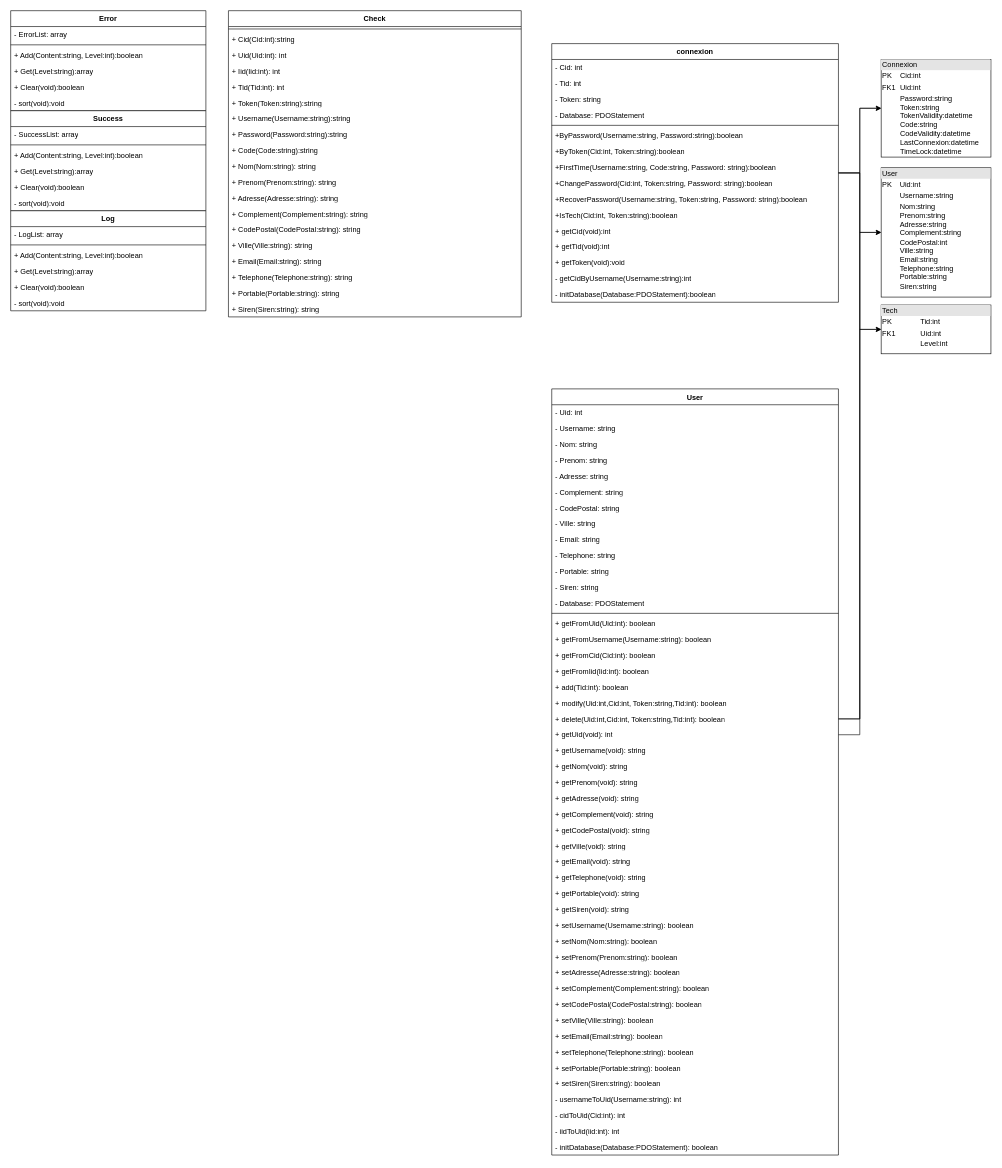
Before: Docs/Diagram/ClassDiagram.drawio in ROYJohan08/RJI-User.royjohan.fr, a draw.io diagram. Source tidied: cells renumbered, new cells numbered last; positions are measured from the earlier drawing's top-left corner, leaving out a move shared by most shapes. Both pictures are drawn from the tidied source at 61%, with x=0, y=0 at pixel (10, 10).
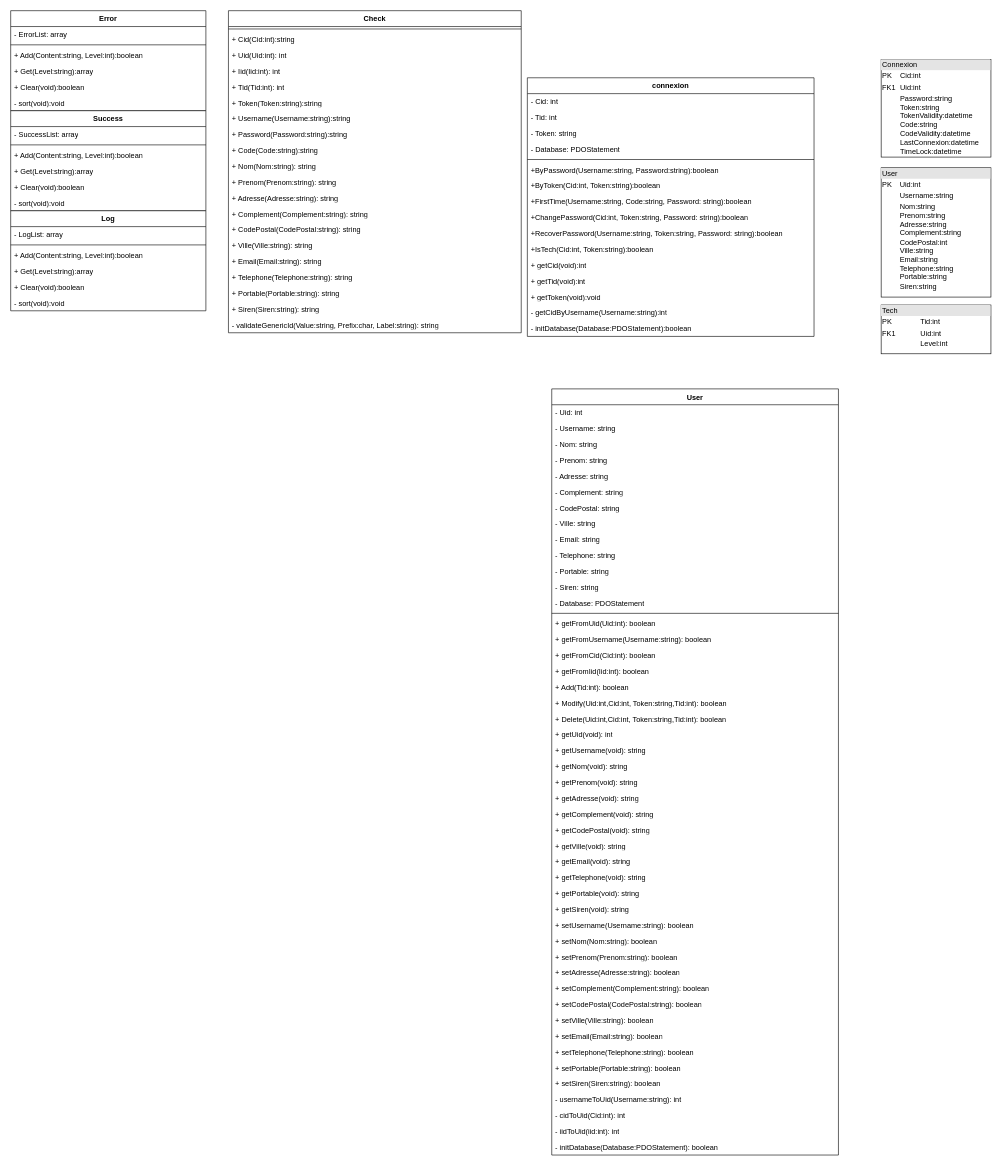
Above is the later version.

Unchanged cells that the change refers to:
```xml
<mxCell id="22" value="&lt;div style=&quot;box-sizing: border-box; width: 100%; background: rgb(228, 228, 228); padding: 2px;&quot;&gt;Connexion&lt;/div&gt;&lt;table style=&quot;width:100%;font-size:1em;&quot; cellpadding=&quot;2&quot; cellspacing=&quot;0&quot;&gt;&lt;tbody&gt;&lt;tr&gt;&lt;td&gt;PK&lt;/td&gt;&lt;td&gt;Cid:int&lt;/td&gt;&lt;/tr&gt;&lt;tr&gt;&lt;td&gt;FK1&lt;/td&gt;&lt;td&gt;Uid:int&lt;/td&gt;&lt;/tr&gt;&lt;tr&gt;&lt;td&gt;&lt;/td&gt;&lt;td&gt;Password:string&lt;br&gt;Token:string&lt;br&gt;TokenValidity:datetime&lt;br&gt;Code:string&lt;br&gt;CodeValidity:datetime&lt;br&gt;LastConnexion:datetime&lt;br&gt;TimeLock:datetime&lt;/td&gt;&lt;/tr&gt;&lt;/tbody&gt;&lt;/table&gt;" style="verticalAlign=top;align=left;overflow=fill;html=1;whiteSpace=wrap;" parent="1" vertex="1">
  <mxGeometry x="1427" y="80" width="180" height="160" as="geometry" />
</mxCell>
<mxCell id="23" value="&lt;div style=&quot;box-sizing: border-box; width: 100%; background: rgb(228, 228, 228); padding: 2px;&quot;&gt;User&lt;/div&gt;&lt;table style=&quot;width:100%;font-size:1em;&quot; cellpadding=&quot;2&quot; cellspacing=&quot;0&quot;&gt;&lt;tbody&gt;&lt;tr&gt;&lt;td&gt;PK&lt;/td&gt;&lt;td&gt;Uid:int&lt;/td&gt;&lt;/tr&gt;&lt;tr&gt;&lt;td&gt;&lt;br&gt;&lt;/td&gt;&lt;td&gt;Username:string&lt;/td&gt;&lt;/tr&gt;&lt;tr&gt;&lt;td&gt;&lt;/td&gt;&lt;td&gt;Nom:string&lt;br&gt;Prenom:string&lt;br&gt;Adresse:string&lt;br&gt;Complement:string&lt;br&gt;CodePostal:int&lt;br&gt;Ville:string&lt;br&gt;Email:string&lt;br&gt;Telephone:string&lt;br&gt;Portable:string&lt;br&gt;Siren:string&lt;/td&gt;&lt;/tr&gt;&lt;/tbody&gt;&lt;/table&gt;" style="verticalAlign=top;align=left;overflow=fill;html=1;whiteSpace=wrap;" parent="1" vertex="1">
  <mxGeometry x="1427" y="257.5" width="180" height="212" as="geometry" />
</mxCell>
<mxCell id="24" value="&lt;div style=&quot;box-sizing: border-box; width: 100%; background: rgb(228, 228, 228); padding: 2px;&quot;&gt;Tech&lt;/div&gt;&lt;table style=&quot;width:100%;font-size:1em;&quot; cellpadding=&quot;2&quot; cellspacing=&quot;0&quot;&gt;&lt;tbody&gt;&lt;tr&gt;&lt;td&gt;PK&lt;/td&gt;&lt;td&gt;Tid:int&lt;/td&gt;&lt;/tr&gt;&lt;tr&gt;&lt;td&gt;FK1&lt;/td&gt;&lt;td&gt;Uid:int&lt;/td&gt;&lt;/tr&gt;&lt;tr&gt;&lt;td&gt;&lt;/td&gt;&lt;td&gt;Level:int&lt;/td&gt;&lt;/tr&gt;&lt;/tbody&gt;&lt;/table&gt;" style="verticalAlign=top;align=left;overflow=fill;html=1;whiteSpace=wrap;" parent="1" vertex="1">
  <mxGeometry x="1427" y="482.5" width="180" height="80" as="geometry" />
</mxCell>
<mxCell id="25" value="&lt;div&gt;User&lt;/div&gt;" style="swimlane;fontStyle=1;align=center;verticalAlign=top;horizontal=1;startSize=26;whiteSpace=wrap;html=1;" parent="1" vertex="1">
  <mxGeometry x="887" y="620" width="470" height="1256" as="geometry" />
</mxCell>
<mxCell id="47" value="+ getUid(void): int" style="text;strokeColor=none;fillColor=none;align=left;verticalAlign=top;spacingLeft=4;spacingRight=4;overflow=hidden;points=[[0,0.5],[1,0.5]];portConstraint=eastwest;whiteSpace=wrap;html=1;" parent="25" vertex="1">
  <mxGeometry y="554" width="470" height="26" as="geometry" />
</mxCell>
```

Change to the diagram source:
```diff
@@
-    <mxCell id="2" style="edgeStyle=orthogonalEdgeStyle;rounded=0;jettySize=auto;html=1;entryX=0;entryY=0.5;entryDx=0;entryDy=0;" parent="1" edge="1" source="5" target="22">
-      <mxGeometry relative="1" as="geometry" />
-    </mxCell>
-    <mxCell id="3" style="edgeStyle=orthogonalEdgeStyle;rounded=0;jettySize=auto;html=1;entryX=0;entryY=0.5;entryDx=0;entryDy=0;" parent="1" edge="1" source="5" target="23">
-      <mxGeometry relative="1" as="geometry" />
-    </mxCell>
-    <mxCell id="4" style="edgeStyle=orthogonalEdgeStyle;rounded=0;jettySize=auto;html=1;entryX=0;entryY=0.5;entryDx=0;entryDy=0;" parent="1" edge="1" source="5" target="24">
-      <mxGeometry relative="1" as="geometry" />
-    </mxCell>
     <mxCell id="5" value="connexion" style="swimlane;fontStyle=1;align=center;verticalAlign=top;horizontal=1;startSize=26;whiteSpace=wrap;html=1;" parent="1" vertex="1">
-      <mxGeometry x="887" y="54" width="470" height="424" as="geometry" />
+      <mxGeometry x="847" y="110" width="470" height="424" as="geometry" />
     </mxCell>
@@
-    <mxCell id="44" value="+ add(Tid:int): boolean" style="text;strokeColor=none;fillColor=none;align=left;verticalAlign=top;spacingLeft=4;spacingRight=4;overflow=hidden;whiteSpace=wrap;html=1;" parent="25" vertex="1">
+    <mxCell id="44" value="+ Add(Tid:int): boolean" style="text;strokeColor=none;fillColor=none;align=left;verticalAlign=top;spacingLeft=4;spacingRight=4;overflow=hidden;whiteSpace=wrap;html=1;" parent="25" vertex="1">
       <mxGeometry y="476" width="470" height="26" as="geometry" />
     </mxCell>
-    <mxCell id="45" value="+ modify(Uid:int,Cid:int, Token:string,Tid:int): boolean" style="text;strokeColor=none;fillColor=none;align=left;verticalAlign=top;spacingLeft=4;spacingRight=4;overflow=hidden;whiteSpace=wrap;html=1;" parent="25" vertex="1">
+    <mxCell id="45" value="+ Modify(Uid:int,Cid:int, Token:string,Tid:int): boolean" style="text;strokeColor=none;fillColor=none;align=left;verticalAlign=top;spacingLeft=4;spacingRight=4;overflow=hidden;whiteSpace=wrap;html=1;" parent="25" vertex="1">
       <mxGeometry y="502" width="470" height="26" as="geometry" />
     </mxCell>
-    <mxCell id="46" value="+ delete(Uid:int,Cid:int, Token:string,Tid:int): boolean" style="text;strokeColor=none;fillColor=none;align=left;verticalAlign=top;spacingLeft=4;spacingRight=4;overflow=hidden;points=[[0,0.5],[1,0.5]];portConstraint=eastwest;whiteSpace=wrap;html=1;" parent="25" vertex="1">
+    <mxCell id="46" value="+ Delete(Uid:int,Cid:int, Token:string,Tid:int): boolean" style="text;strokeColor=none;fillColor=none;align=left;verticalAlign=top;spacingLeft=4;spacingRight=4;overflow=hidden;points=[[0,0.5],[1,0.5]];portConstraint=eastwest;whiteSpace=wrap;html=1;" parent="25" vertex="1">
       <mxGeometry y="528" width="470" height="26" as="geometry" />
     </mxCell>
@@
     <mxCell id="74" value="Check" style="swimlane;fontStyle=1;align=center;verticalAlign=top;horizontal=1;startSize=26;whiteSpace=wrap;html=1;" parent="1" vertex="1">
-      <mxGeometry x="357" width="480" height="502" as="geometry" />
+      <mxGeometry x="357" width="480" height="528" as="geometry" />
     </mxCell>
@@
-    <mxCell id="94" style="edgeStyle=orthogonalEdgeStyle;rounded=0;jettySize=auto;html=1;entryX=0;entryY=0.5;entryDx=0;entryDy=0;" parent="1" edge="1" source="46" target="22">
-      <mxGeometry relative="1" as="geometry" />
-    </mxCell>
-    <mxCell id="95" style="edgeStyle=orthogonalEdgeStyle;rounded=0;jettySize=auto;html=1;entryX=0;entryY=0.5;entryDx=0;entryDy=0;" parent="1" edge="1" source="46" target="23">
-      <mxGeometry relative="1" as="geometry" />
-    </mxCell>
-    <mxCell id="96" style="edgeStyle=orthogonalEdgeStyle;rounded=0;jettySize=auto;html=1;entryX=0;entryY=0.5;entryDx=0;entryDy=0;" parent="1" edge="1" source="47" target="24">
-      <mxGeometry relative="1" as="geometry" />
-    </mxCell>
+    <mxCell id="118" value="- validateGenericId(Value:string, Prefix:char, Label:string): string" style="text;strokeColor=none;fillColor=none;align=left;verticalAlign=top;spacingLeft=4;spacingRight=4;overflow=hidden;whiteSpace=wrap;html=1;" parent="74" vertex="1">
+      <mxGeometry y="502" width="480" height="26" as="geometry" />
+    </mxCell>
```
